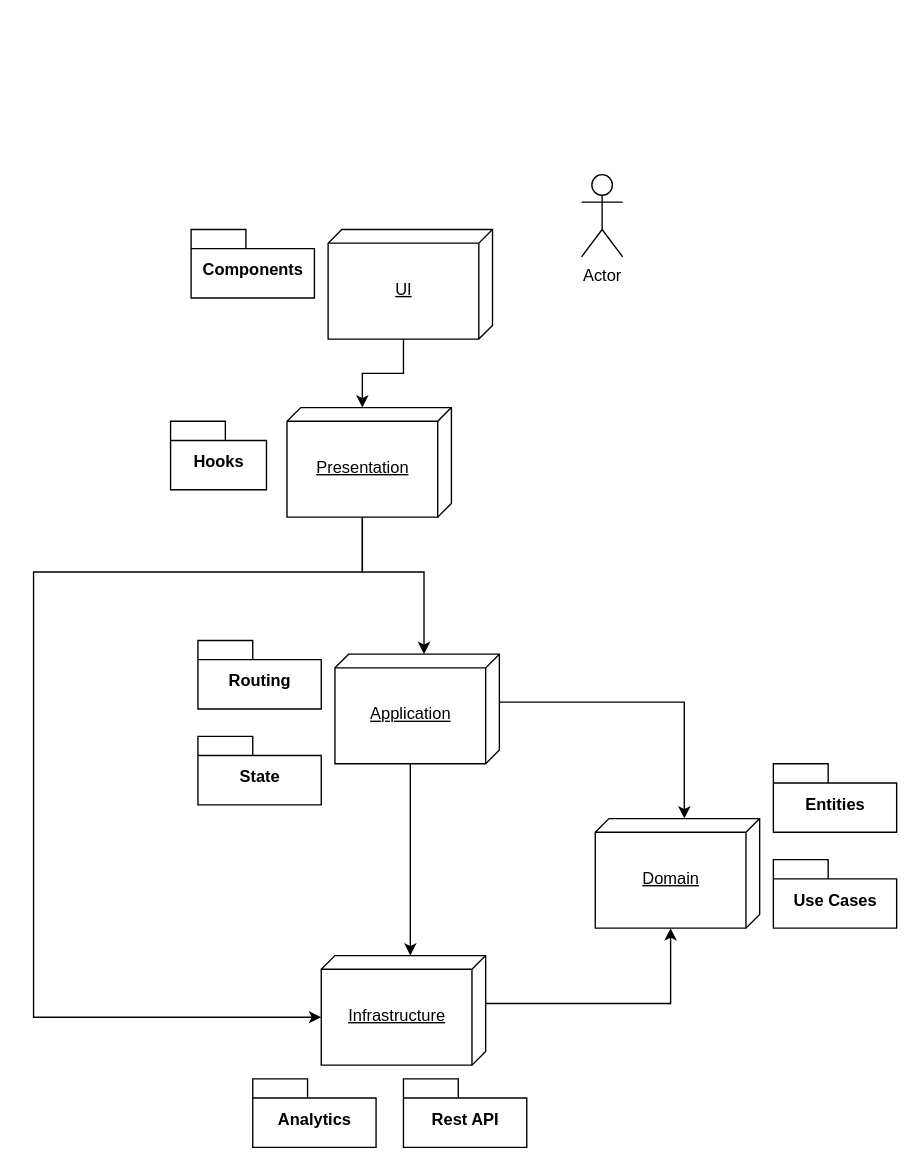
rifmj/react-typescript-code-conventions keeps this draw.io diagram as Untitled Diagram.drawio. Above is the earlier version. Source tidied: cells renumbered, new cells numbered last; positions are measured from the earlier drawing's top-left corner, leaving out a move shared by most shapes. Both pictures are drawn from the tidied source at 137%, with x=0, y=0 at pixel (33, 174).
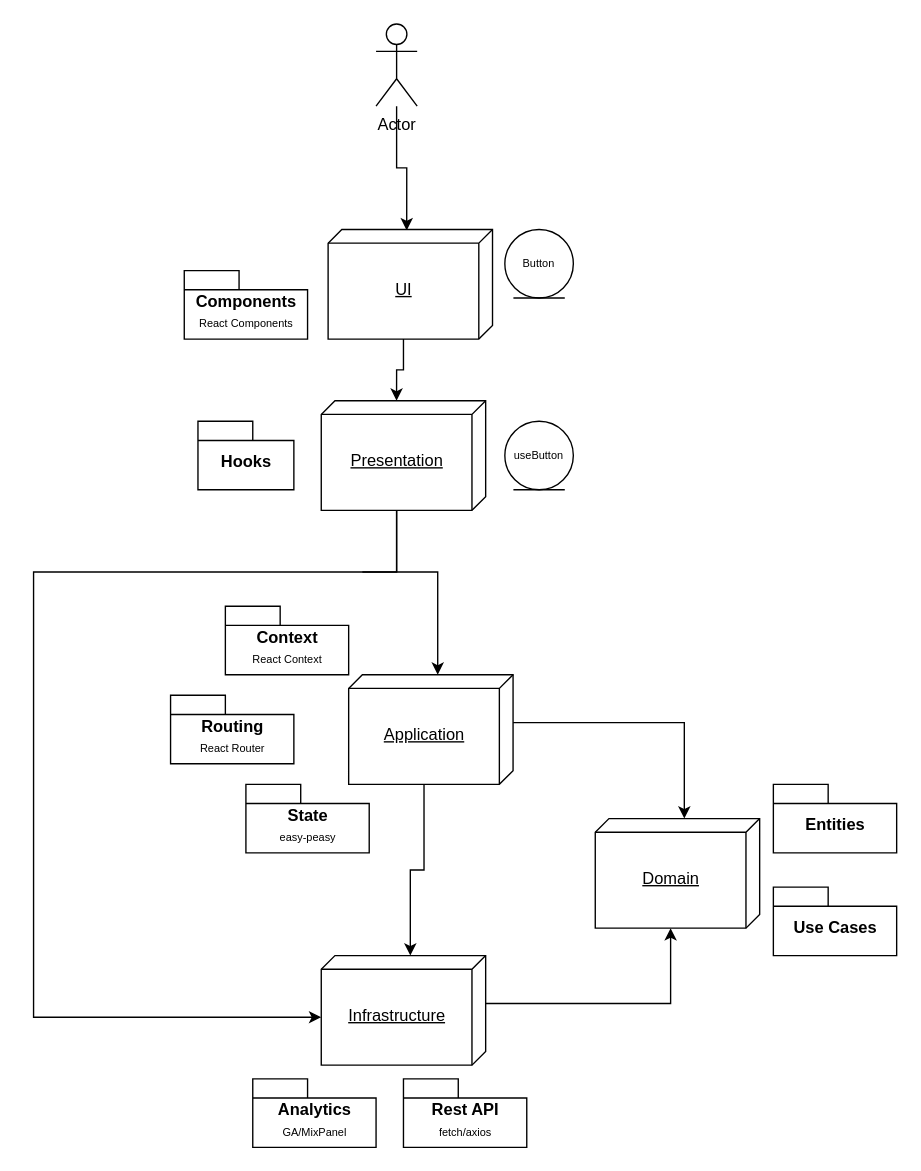
The same page after the edit.

Unchanged cells that the change refers to:
```xml
<mxCell id="4" value="&lt;div&gt;&lt;span&gt;UI&lt;/span&gt;&lt;/div&gt;" style="verticalAlign=middle;align=center;spacingTop=8;spacingLeft=2;spacingRight=12;shape=cube;size=10;direction=south;fontStyle=4;html=1;labelPosition=center;verticalLabelPosition=middle;" parent="1" vertex="1">
  <mxGeometry x="215" y="40" width="120" height="80" as="geometry" />
</mxCell>
<mxCell id="9" value="Infrastructure" style="verticalAlign=middle;align=center;spacingTop=8;spacingLeft=2;spacingRight=12;shape=cube;size=10;direction=south;fontStyle=4;html=1;labelPosition=center;verticalLabelPosition=middle;" parent="1" vertex="1">
  <mxGeometry x="210" y="570" width="120" height="80" as="geometry" />
</mxCell>
```

Diff of the diagram source:
```diff
@@
+    <mxCell id="22" style="edgeStyle=orthogonalEdgeStyle;rounded=0;jettySize=auto;html=1;entryX=0.009;entryY=0.522;entryDx=0;entryDy=0;entryPerimeter=0;fontSize=10;" parent="1" edge="1" source="2" target="4">
+      <mxGeometry relative="1" as="geometry" />
+    </mxCell>
     <mxCell id="2" value="Actor" style="shape=umlActor;verticalLabelPosition=bottom;verticalAlign=top;html=1;" parent="1" vertex="1">
-      <mxGeometry x="400" width="30" height="60" as="geometry" />
+      <mxGeometry x="250" y="-110" width="30" height="60" as="geometry" />
     </mxCell>
@@
     <mxCell id="5" style="edgeStyle=orthogonalEdgeStyle;rounded=0;jettySize=auto;html=1;exitX=0;exitY=0;exitDx=80;exitDy=65;exitPerimeter=0;entryX=0;entryY=0;entryDx=45;entryDy=120;entryPerimeter=0;" parent="1" edge="1" source="7" target="9">
       <mxGeometry relative="1" as="geometry">
         <Array as="points">
-          <mxPoint x="240" y="290" />
+          <mxPoint x="265" y="290" />
           <mxPoint y="290" />
           <mxPoint y="615" />
         </Array>
       </mxGeometry>
     </mxCell>
@@
     <mxCell id="7" value="&lt;div&gt;&lt;span&gt;Presentation&lt;/span&gt;&lt;/div&gt;" style="verticalAlign=middle;align=center;spacingTop=8;spacingLeft=2;spacingRight=12;shape=cube;size=10;direction=south;fontStyle=4;html=1;labelPosition=center;verticalLabelPosition=middle;" parent="1" vertex="1">
-      <mxGeometry x="185" y="170" width="120" height="80" as="geometry" />
+      <mxGeometry x="210" y="165" width="120" height="80" as="geometry" />
     </mxCell>
@@
     <mxCell id="13" value="&lt;div&gt;&lt;span&gt;Application&lt;/span&gt;&lt;/div&gt;" style="verticalAlign=middle;align=center;spacingTop=8;spacingLeft=2;spacingRight=12;shape=cube;size=10;direction=south;fontStyle=4;html=1;labelPosition=center;verticalLabelPosition=middle;" parent="1" vertex="1">
-      <mxGeometry x="220" y="350" width="120" height="80" as="geometry" />
+      <mxGeometry x="230" y="365" width="120" height="80" as="geometry" />
     </mxCell>
     <mxCell id="14" value="Hooks" style="shape=folder;fontStyle=1;spacingTop=10;tabWidth=40;tabHeight=14;tabPosition=left;html=1;" parent="1" vertex="1">
-      <mxGeometry x="100" y="180" width="70" height="50" as="geometry" />
+      <mxGeometry x="120" y="180" width="70" height="50" as="geometry" />
     </mxCell>
-    <mxCell id="15" value="State" style="shape=folder;fontStyle=1;spacingTop=10;tabWidth=40;tabHeight=14;tabPosition=left;html=1;" parent="1" vertex="1">
-      <mxGeometry x="120" y="410" width="90" height="50" as="geometry" />
+    <mxCell id="15" value="State&lt;br style=&quot;font-size: 10px&quot;&gt;&lt;font style=&quot;font-weight: normal ; font-size: 8px&quot;&gt;easy-peasy&lt;/font&gt;" style="shape=folder;fontStyle=1;spacingTop=10;tabWidth=40;tabHeight=14;tabPosition=left;html=1;" parent="1" vertex="1">
+      <mxGeometry x="155" y="445" width="90" height="50" as="geometry" />
     </mxCell>
-    <mxCell id="16" value="Routing" style="shape=folder;fontStyle=1;spacingTop=10;tabWidth=40;tabHeight=14;tabPosition=left;html=1;" parent="1" vertex="1">
-      <mxGeometry x="120" y="340" width="90" height="50" as="geometry" />
+    <mxCell id="16" value="Routing&lt;br style=&quot;font-size: 10px&quot;&gt;&lt;font style=&quot;font-weight: normal ; font-size: 8px&quot;&gt;React Router&lt;/font&gt;" style="shape=folder;fontStyle=1;spacingTop=10;tabWidth=40;tabHeight=14;tabPosition=left;html=1;" parent="1" vertex="1">
+      <mxGeometry x="100" y="380" width="90" height="50" as="geometry" />
     </mxCell>
-    <mxCell id="17" value="Components" style="shape=folder;fontStyle=1;spacingTop=10;tabWidth=40;tabHeight=14;tabPosition=left;html=1;" parent="1" vertex="1">
-      <mxGeometry x="115" y="40" width="90" height="50" as="geometry" />
+    <mxCell id="17" value="Components&lt;br style=&quot;font-size: 8px&quot;&gt;&lt;span style=&quot;font-weight: normal&quot;&gt;&lt;font style=&quot;font-size: 8px&quot;&gt;React Components&lt;/font&gt;&lt;/span&gt;" style="shape=folder;fontStyle=1;spacingTop=10;tabWidth=40;tabHeight=14;tabPosition=left;html=1;" parent="1" vertex="1">
+      <mxGeometry x="110" y="70" width="90" height="50" as="geometry" />
     </mxCell>
-    <mxCell id="18" value="Analytics" style="shape=folder;fontStyle=1;spacingTop=10;tabWidth=40;tabHeight=14;tabPosition=left;html=1;" parent="1" vertex="1">
+    <mxCell id="18" value="Analytics&lt;br style=&quot;font-size: 8px&quot;&gt;&lt;font size=&quot;1&quot;&gt;&lt;span style=&quot;font-weight: normal ; font-size: 8px&quot;&gt;GA/MixPanel&lt;/span&gt;&lt;/font&gt;" style="shape=folder;fontStyle=1;spacingTop=10;tabWidth=40;tabHeight=14;tabPosition=left;html=1;" parent="1" vertex="1">
       <mxGeometry x="160" y="660" width="90" height="50" as="geometry" />
     </mxCell>
-    <mxCell id="19" value="Rest API" style="shape=folder;fontStyle=1;spacingTop=10;tabWidth=40;tabHeight=14;tabPosition=left;html=1;" parent="1" vertex="1">
+    <mxCell id="19" value="Rest API&lt;br style=&quot;font-size: 8px&quot;&gt;&lt;font style=&quot;font-weight: normal ; font-size: 8px&quot;&gt;fetch/axios&lt;/font&gt;" style="shape=folder;fontStyle=1;spacingTop=10;tabWidth=40;tabHeight=14;tabPosition=left;html=1;" parent="1" vertex="1">
       <mxGeometry x="270" y="660" width="90" height="50" as="geometry" />
     </mxCell>
     <mxCell id="20" value="Entities" style="shape=folder;fontStyle=1;spacingTop=10;tabWidth=40;tabHeight=14;tabPosition=left;html=1;" parent="1" vertex="1">
-      <mxGeometry x="540" y="430" width="90" height="50" as="geometry" />
+      <mxGeometry x="540" y="445" width="90" height="50" as="geometry" />
     </mxCell>
     <mxCell id="21" value="Use Cases" style="shape=folder;fontStyle=1;spacingTop=10;tabWidth=40;tabHeight=14;tabPosition=left;html=1;" parent="1" vertex="1">
-      <mxGeometry x="540" y="500" width="90" height="50" as="geometry" />
+      <mxGeometry x="540" y="520" width="90" height="50" as="geometry" />
     </mxCell>
+    <mxCell id="23" value="Context&lt;br style=&quot;font-size: 10px&quot;&gt;&lt;font size=&quot;1&quot;&gt;&lt;span style=&quot;font-weight: normal ; font-size: 8px&quot;&gt;React Context&lt;/span&gt;&lt;/font&gt;" style="shape=folder;fontStyle=1;spacingTop=10;tabWidth=40;tabHeight=14;tabPosition=left;html=1;" parent="1" vertex="1">
+      <mxGeometry x="140" y="315" width="90" height="50" as="geometry" />
+    </mxCell>
+    <mxCell id="24" value="Button" style="ellipse;shape=umlEntity;whiteSpace=wrap;html=1;fontSize=8;" parent="1" vertex="1">
+      <mxGeometry x="344" y="40" width="50" height="50" as="geometry" />
+    </mxCell>
+    <mxCell id="25" value="useButton" style="ellipse;shape=umlEntity;whiteSpace=wrap;html=1;fontSize=8;" parent="1" vertex="1">
+      <mxGeometry x="344" y="180" width="50" height="50" as="geometry" />
+    </mxCell>
```
